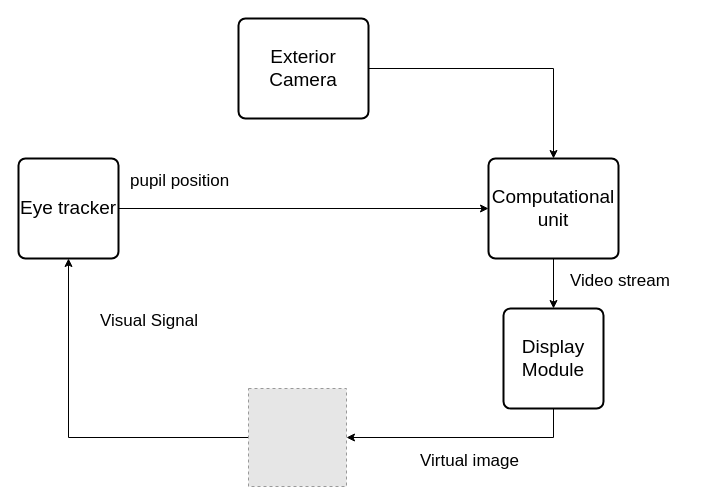
The draw.io diagram System_level_design.drawio in Dawei-S/Da, before the edit. Source tidied: cells renumbered, new cells numbered last; positions are measured from the earlier drawing's top-left corner, leaving out a move shared by most shapes. Both pictures are drawn from the tidied source at 100%, with x=0, y=0 at pixel (18, 18). Pictures stored in the file or linked from it are replaced by grey dashed boxes.
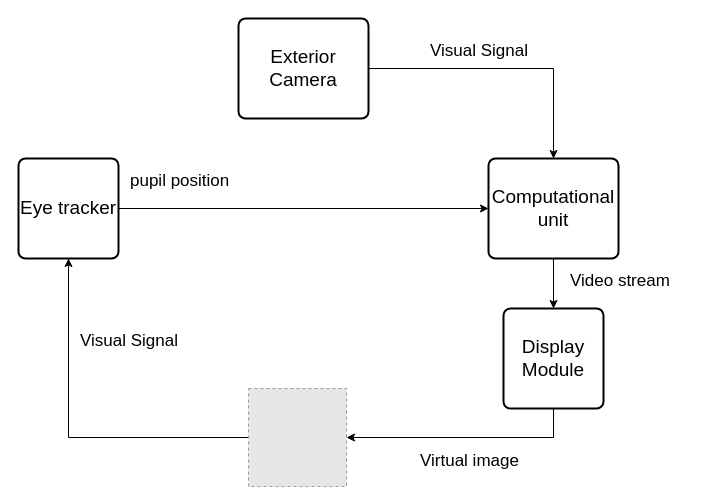
After the change.

What changed in the source:
```diff
@@
 <mxGraphModel>
   <root>
     <mxCell id="0" />
     <mxCell id="1" parent="0" />
     <mxCell id="2" style="edgeStyle=orthogonalEdgeStyle;rounded=0;jettySize=auto;html=1;exitX=1;exitY=0.5;exitDx=0;exitDy=0;entryX=0;entryY=0.5;entryDx=0;entryDy=0;" parent="1" edge="1" source="3" target="5">
       <mxGeometry relative="1" as="geometry" />
     </mxCell>
     <mxCell id="3" value="&lt;span id=&quot;docs-internal-guid-c69a7b36-7fff-ca42-4f69-aa0f96ac0ebd&quot;&gt;&lt;span style=&quot;font-family: &amp;#34;arial&amp;#34; ; background-color: transparent ; vertical-align: baseline ; white-space: pre-wrap&quot;&gt;&lt;font style=&quot;font-size: 19px&quot;&gt;Eye tracker&lt;/font&gt;&lt;/span&gt;&lt;/span&gt;" style="rounded=1;whiteSpace=wrap;html=1;absoluteArcSize=1;arcSize=14;strokeWidth=2;" parent="1" vertex="1">
       <mxGeometry y="140" width="100" height="100" as="geometry" />
     </mxCell>
     <mxCell id="4" style="edgeStyle=orthogonalEdgeStyle;rounded=0;jettySize=auto;html=1;entryX=0.5;entryY=0;entryDx=0;entryDy=0;" parent="1" edge="1" source="5" target="7">
       <mxGeometry relative="1" as="geometry" />
     </mxCell>
     <mxCell id="5" value="&lt;span id=&quot;docs-internal-guid-b947add7-7fff-3c34-f870-ee045d7527ad&quot;&gt;&lt;span style=&quot;font-family: &amp;#34;arial&amp;#34; ; background-color: transparent ; vertical-align: baseline ; white-space: pre-wrap&quot;&gt;&lt;font style=&quot;font-size: 19px&quot;&gt;Computational unit&lt;/font&gt;&lt;/span&gt;&lt;/span&gt;" style="rounded=1;whiteSpace=wrap;html=1;absoluteArcSize=1;arcSize=14;strokeWidth=2;" parent="1" vertex="1">
       <mxGeometry x="470" y="140" width="130" height="100" as="geometry" />
     </mxCell>
     <mxCell id="6" style="edgeStyle=orthogonalEdgeStyle;rounded=0;jettySize=auto;html=1;exitX=0.5;exitY=1;exitDx=0;exitDy=0;entryX=1;entryY=0.5;entryDx=0;entryDy=0;" parent="1" edge="1" source="7" target="9">
       <mxGeometry relative="1" as="geometry" />
     </mxCell>
     <mxCell id="7" value="&lt;span id=&quot;docs-internal-guid-a6160efe-7fff-7b98-e183-7bba76c2c2b3&quot;&gt;&lt;span style=&quot;font-family: &amp;#34;arial&amp;#34; ; background-color: transparent ; vertical-align: baseline ; white-space: pre-wrap&quot;&gt;&lt;font style=&quot;font-size: 19px&quot;&gt;Display Module&lt;/font&gt;&lt;/span&gt;&lt;/span&gt;" style="rounded=1;whiteSpace=wrap;html=1;absoluteArcSize=1;arcSize=14;strokeWidth=2;" parent="1" vertex="1">
       <mxGeometry x="485" y="290" width="100" height="100" as="geometry" />
     </mxCell>
     <mxCell id="8" style="edgeStyle=orthogonalEdgeStyle;rounded=0;jettySize=auto;html=1;exitX=0;exitY=0.5;exitDx=0;exitDy=0;" parent="1" edge="1" source="9" target="3">
       <mxGeometry relative="1" as="geometry" />
     </mxCell>
     <mxCell id="9" style="fillColor=#E6E6E6;strokeColor=#999999;dashed=1;html=1;verticalAlign=top;verticalLabelPosition=bottom;labelBackgroundColor=#ffffff;" parent="1" vertex="1">
       <mxGeometry x="230" y="370" width="98" height="98" as="geometry" />
     </mxCell>
     <mxCell id="10" value="&lt;font style=&quot;font-size: 17px&quot;&gt;Visual Signal&lt;/font&gt;" style="text;html=1;align=left;verticalAlign=top;spacingTop=-4;" parent="1" vertex="1">
-      <mxGeometry x="80" y="290" width="110" height="20" as="geometry" />
+      <mxGeometry x="60" y="310" width="110" height="20" as="geometry" />
     </mxCell>
     <mxCell id="11" value="&lt;font style=&quot;font-size: 17px&quot;&gt;pupil position&lt;br&gt;&lt;/font&gt;" style="text;html=1;align=left;verticalAlign=top;spacingTop=-4;" parent="1" vertex="1">
       <mxGeometry x="110" y="150" width="110" height="20" as="geometry" />
     </mxCell>
     <mxCell id="12" value="&lt;span style=&quot;font-size: 17px&quot;&gt;Video stream&lt;/span&gt;" style="text;html=1;align=left;verticalAlign=top;spacingTop=-4;" parent="1" vertex="1">
       <mxGeometry x="550" y="250" width="120" height="20" as="geometry" />
     </mxCell>
     <mxCell id="13" value="&lt;span style=&quot;font-size: 17px&quot;&gt;Virtual image&lt;/span&gt;" style="text;html=1;align=left;verticalAlign=top;spacingTop=-4;" parent="1" vertex="1">
       <mxGeometry x="400" y="430" width="110" height="20" as="geometry" />
     </mxCell>
     <mxCell id="14" style="edgeStyle=orthogonalEdgeStyle;rounded=0;jettySize=auto;html=1;" parent="1" edge="1" source="15" target="5">
       <mxGeometry relative="1" as="geometry" />
     </mxCell>
     <mxCell id="15" value="&lt;span id=&quot;docs-internal-guid-b947add7-7fff-3c34-f870-ee045d7527ad&quot;&gt;&lt;span style=&quot;font-family: &amp;#34;arial&amp;#34; ; background-color: transparent ; vertical-align: baseline ; white-space: pre-wrap&quot;&gt;&lt;font style=&quot;font-size: 19px&quot;&gt;Exterior Camera&lt;/font&gt;&lt;/span&gt;&lt;/span&gt;" style="rounded=1;whiteSpace=wrap;html=1;absoluteArcSize=1;arcSize=14;strokeWidth=2;" parent="1" vertex="1">
       <mxGeometry x="220" width="130" height="100" as="geometry" />
     </mxCell>
+    <mxCell id="16" value="&lt;font style=&quot;font-size: 17px&quot;&gt;Visual Signal&lt;/font&gt;" style="text;html=1;align=left;verticalAlign=top;spacingTop=-4;" parent="1" vertex="1">
+      <mxGeometry x="410" y="20" width="110" height="20" as="geometry" />
+    </mxCell>
   </root>
 </mxGraphModel>
```
